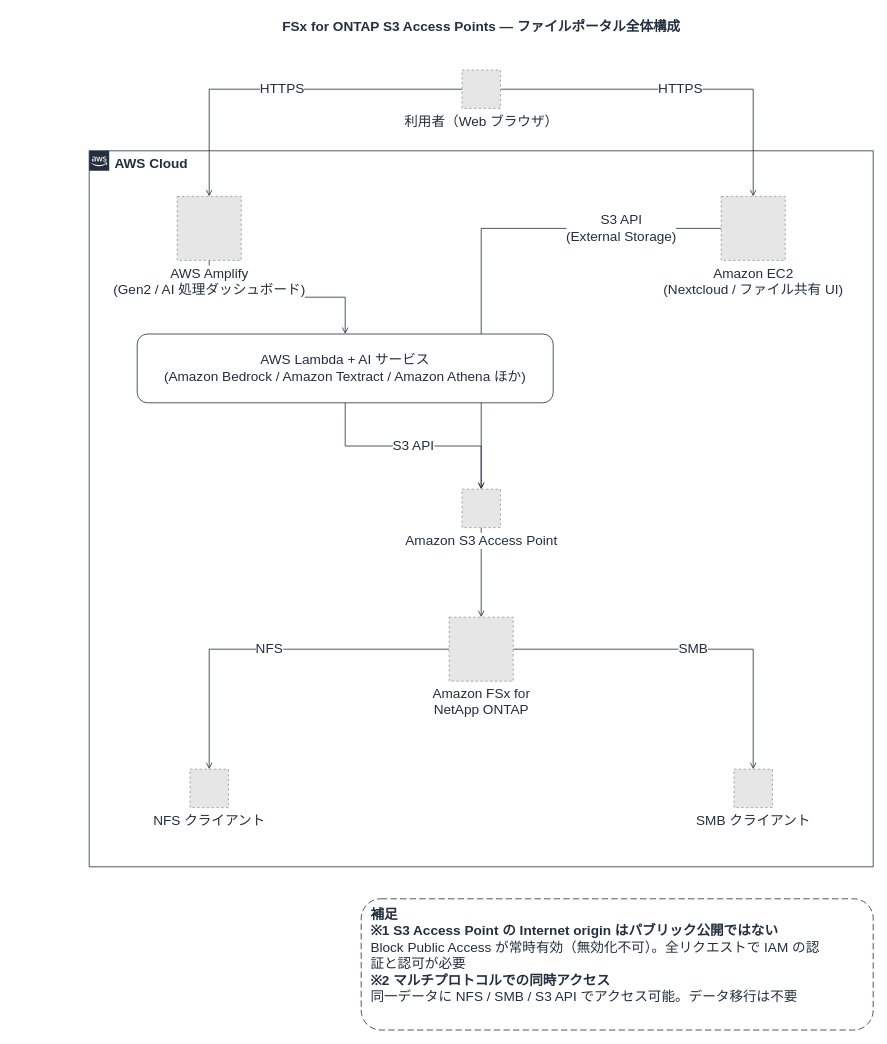
Above: docs/diagrams/architecture-overview.drawio in Yoshiki0705/FSx-for-ONTAP-S3AccessPoints-Serverless-Patterns (draw.io), before the change. Source tidied: cells renumbered, new cells numbered last; positions are measured from the earlier drawing's top-left corner, leaving out a move shared by most shapes. Both pictures are drawn from the tidied source at 80%, with x=0, y=0 at pixel (89, 14). Pictures stored in the file or linked from it are replaced by grey dashed boxes.
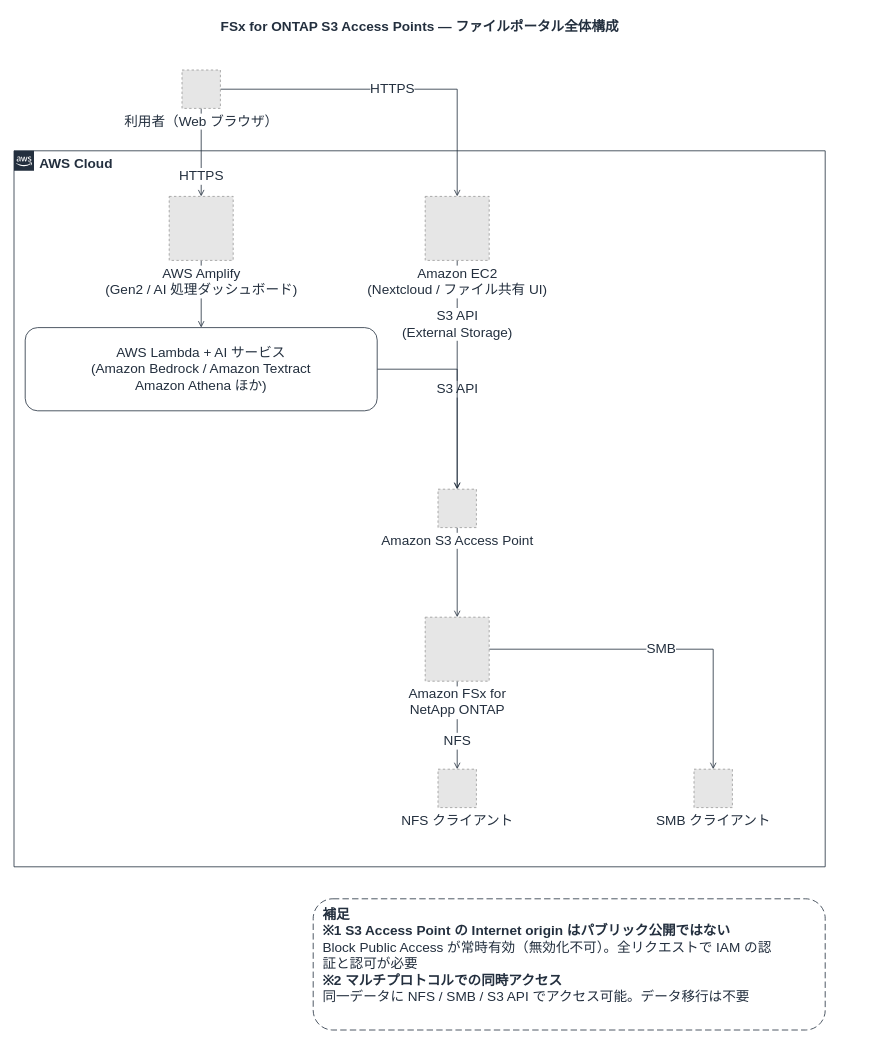
The same page after the edit.

Change to the diagram source:
```diff
@@
     <mxCell id="2" value="FSx for ONTAP S3 Access Points — ファイルポータル全体構成" style="text;html=1;align=center;verticalAlign=middle;fontSize=17;fontStyle=1;fontColor=#232F3E;" parent="1" vertex="1">
-      <mxGeometry width="980" height="34" as="geometry" />
+      <mxGeometry x="-94" width="1014" height="34" as="geometry" />
     </mxCell>
-    <mxCell id="3" value="AWS Cloud" style="gradientColor=none;html=1;whiteSpace=wrap;fontSize=17;fontStyle=1;shape=mxgraph.aws4.group;grIcon=mxgraph.aws4.group_aws_cloud_alt;strokeColor=#232F3E;fillColor=none;verticalAlign=top;align=left;spacingLeft=30;fontColor=#232F3E;dashed=0;" parent="1" vertex="1">
-      <mxGeometry y="171" width="980" height="895" as="geometry" />
-    </mxCell>
     <mxCell id="4" value="HTTPS" style="edgeStyle=orthogonalEdgeStyle;rounded=0;jettySize=auto;html=1;endArrow=open;endFill=0;strokeColor=#232F3E;strokeWidth=1;fontSize=17;fontColor=#232F3E;labelBackgroundColor=#ffffff;" parent="1" edge="1" source="12" target="13">
-      <mxGeometry relative="1" as="geometry" />
+      <mxGeometry relative="1" as="geometry">
+        <mxPoint y="30" as="offset" />
+      </mxGeometry>
     </mxCell>
@@
     <mxCell id="8" value="S3 API&lt;br&gt;(External Storage)" style="edgeStyle=orthogonalEdgeStyle;rounded=0;jettySize=auto;html=1;endArrow=open;endFill=0;strokeColor=#232F3E;strokeWidth=1;fontSize=17;fontColor=#232F3E;labelBackgroundColor=#ffffff;" parent="1" edge="1" source="14" target="16">
-      <mxGeometry x="-0.6" relative="1" as="geometry" />
+      <mxGeometry x="-0.5" relative="1" as="geometry">
+        <mxPoint y="8" as="offset" />
+      </mxGeometry>
     </mxCell>
@@
     <mxCell id="10" value="NFS" style="edgeStyle=orthogonalEdgeStyle;rounded=0;jettySize=auto;html=1;endArrow=open;endFill=0;strokeColor=#232F3E;strokeWidth=1;fontSize=17;fontColor=#232F3E;labelBackgroundColor=#ffffff;" parent="1" edge="1" source="17" target="18">
-      <mxGeometry relative="1" as="geometry" />
+      <mxGeometry relative="1" as="geometry">
+        <mxPoint y="20" as="offset" />
+      </mxGeometry>
     </mxCell>
@@
+    <mxCell id="3" value="AWS Cloud" style="gradientColor=none;html=1;whiteSpace=wrap;fontSize=17;fontStyle=1;shape=mxgraph.aws4.group;grIcon=mxgraph.aws4.group_aws_cloud_alt;strokeColor=#232F3E;fillColor=none;verticalAlign=top;align=left;spacingLeft=30;fontColor=#232F3E;dashed=0;labelBackgroundColor=#FFFFFF;" parent="1" vertex="1">
+      <mxGeometry x="-94" y="171" width="1014" height="895" as="geometry" />
+    </mxCell>
     <mxCell id="12" value="利用者（Web ブラウザ）" style="fillColor=#E6E6E6;strokeColor=#999999;dashed=1;html=1;verticalLabelPosition=bottom;verticalAlign=top;labelPosition=center;align=center;fontSize=17;fontColor=#232F3E;labelBackgroundColor=#FFFFFF;" parent="1" vertex="1">
-      <mxGeometry x="466" y="70" width="48" height="48" as="geometry" />
+      <mxGeometry x="116" y="70" width="48" height="48" as="geometry" />
     </mxCell>
     <mxCell id="13" value="AWS Amplify&lt;br&gt;(Gen2 / AI 処理ダッシュボード)" style="fillColor=#E6E6E6;strokeColor=#999999;dashed=1;html=1;verticalLabelPosition=bottom;verticalAlign=top;labelPosition=center;align=center;fontSize=17;fontColor=#232F3E;labelBackgroundColor=#FFFFFF;" parent="1" vertex="1">
-      <mxGeometry x="110" y="228" width="80" height="80" as="geometry" />
+      <mxGeometry x="100" y="228" width="80" height="80" as="geometry" />
     </mxCell>
     <mxCell id="14" value="Amazon EC2&lt;br&gt;(Nextcloud / ファイル共有 UI)" style="fillColor=#E6E6E6;strokeColor=#999999;dashed=1;html=1;verticalLabelPosition=bottom;verticalAlign=top;labelPosition=center;align=center;fontSize=17;fontColor=#232F3E;labelBackgroundColor=#FFFFFF;" parent="1" vertex="1">
-      <mxGeometry x="790" y="228" width="80" height="80" as="geometry" />
+      <mxGeometry x="420" y="228" width="80" height="80" as="geometry" />
     </mxCell>
-    <mxCell id="15" value="AWS Lambda + AI サービス&lt;br&gt;(Amazon Bedrock / Amazon Textract / Amazon Athena ほか)" style="rounded=1;whiteSpace=wrap;html=1;dashed=0;strokeColor=#232F3E;fillColor=#FFFFFF;align=center;verticalAlign=middle;fontSize=17;fontColor=#232F3E;" parent="1" vertex="1">
-      <mxGeometry x="60" y="400" width="520" height="86" as="geometry" />
+    <mxCell id="15" value="AWS Lambda + AI サービス&lt;br&gt;(Amazon Bedrock / Amazon Textract&lt;br&gt;Amazon Athena ほか)" style="rounded=1;whiteSpace=wrap;html=1;dashed=0;strokeColor=#232F3E;fillColor=#FFFFFF;align=center;verticalAlign=middle;fontSize=17;fontColor=#232F3E;" parent="1" vertex="1">
+      <mxGeometry x="-80" y="392" width="440" height="104" as="geometry" />
     </mxCell>
     <mxCell id="16" value="Amazon S3 Access Point" style="fillColor=#E6E6E6;strokeColor=#999999;dashed=1;html=1;verticalLabelPosition=bottom;verticalAlign=top;labelPosition=center;align=center;fontSize=17;fontColor=#232F3E;labelBackgroundColor=#FFFFFF;" parent="1" vertex="1">
-      <mxGeometry x="466" y="594" width="48" height="48" as="geometry" />
+      <mxGeometry x="436" y="594" width="48" height="48" as="geometry" />
     </mxCell>
     <mxCell id="17" value="Amazon FSx for&lt;br&gt;NetApp ONTAP" style="fillColor=#E6E6E6;strokeColor=#999999;dashed=1;html=1;verticalLabelPosition=bottom;verticalAlign=top;labelPosition=center;align=center;fontSize=17;fontColor=#232F3E;labelBackgroundColor=#FFFFFF;" parent="1" vertex="1">
-      <mxGeometry x="450" y="754" width="80" height="80" as="geometry" />
+      <mxGeometry x="420" y="754" width="80" height="80" as="geometry" />
     </mxCell>
     <mxCell id="18" value="NFS クライアント" style="fillColor=#E6E6E6;strokeColor=#999999;dashed=1;html=1;verticalLabelPosition=bottom;verticalAlign=top;labelPosition=center;align=center;fontSize=17;fontColor=#232F3E;labelBackgroundColor=#FFFFFF;" parent="1" vertex="1">
-      <mxGeometry x="126" y="944" width="48" height="48" as="geometry" />
+      <mxGeometry x="436" y="944" width="48" height="48" as="geometry" />
     </mxCell>
     <mxCell id="19" value="SMB クライアント" style="fillColor=#E6E6E6;strokeColor=#999999;dashed=1;html=1;verticalLabelPosition=bottom;verticalAlign=top;labelPosition=center;align=center;fontSize=17;fontColor=#232F3E;labelBackgroundColor=#FFFFFF;" parent="1" vertex="1">
-      <mxGeometry x="806" y="944" width="48" height="48" as="geometry" />
+      <mxGeometry x="756" y="944" width="48" height="48" as="geometry" />
     </mxCell>
     <mxCell id="20" value="&lt;b&gt;補足&lt;/b&gt;&lt;br&gt;&lt;b&gt;※1 S3 Access Point の Internet origin はパブリック公開ではない&lt;/b&gt;&lt;br&gt;Block Public Access が常時有効（無効化不可）。全リクエストで IAM の認&lt;br&gt;証と認可が必要&lt;br&gt;&lt;b&gt;※2 マルチプロトコルでの同時アクセス&lt;/b&gt;&lt;br&gt;同一データに NFS / SMB / S3 API でアクセス可能。データ移行は不要" style="rounded=1;whiteSpace=wrap;html=1;dashed=1;dashPattern=8 4;strokeColor=#232F3E;fillColor=#FFFFFF;align=left;verticalAlign=top;spacingLeft=10;spacingTop=4;fontSize=17;fontColor=#232F3E;" parent="1" vertex="1">
-      <mxGeometry x="340" y="1106" width="640" height="164" as="geometry" />
+      <mxGeometry x="280" y="1106" width="640" height="164" as="geometry" />
     </mxCell>
```
